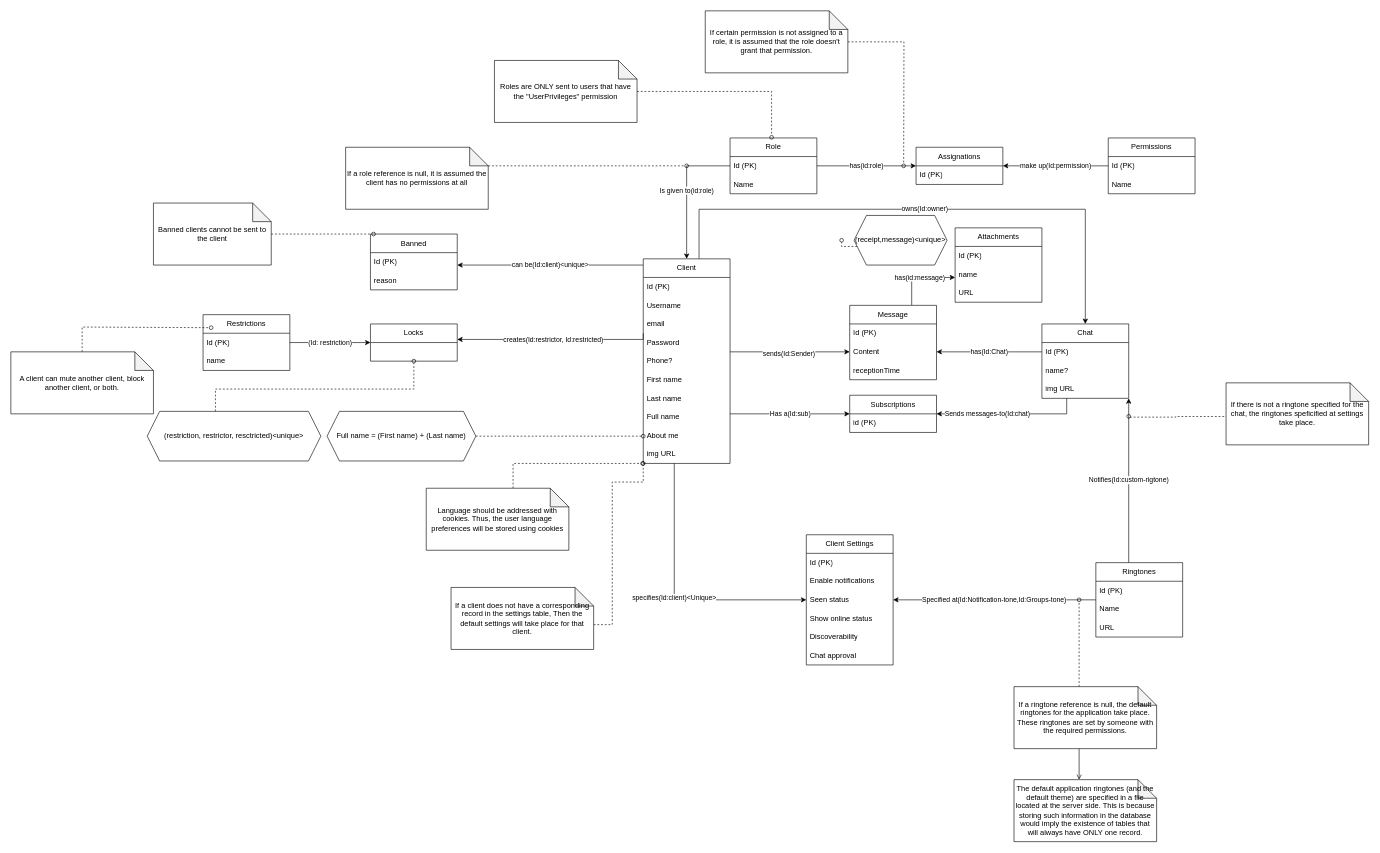
Before: page "DB" (2 of 3) of docs/Models.drawio in pgirald/Chat, a draw.io diagram. Source tidied: cells renumbered, new cells numbered last; positions are measured from the earlier drawing's top-left corner, leaving out a move shared by most shapes. Both pictures are drawn from the tidied source at 62%, with x=0, y=0 at pixel (11, 11).
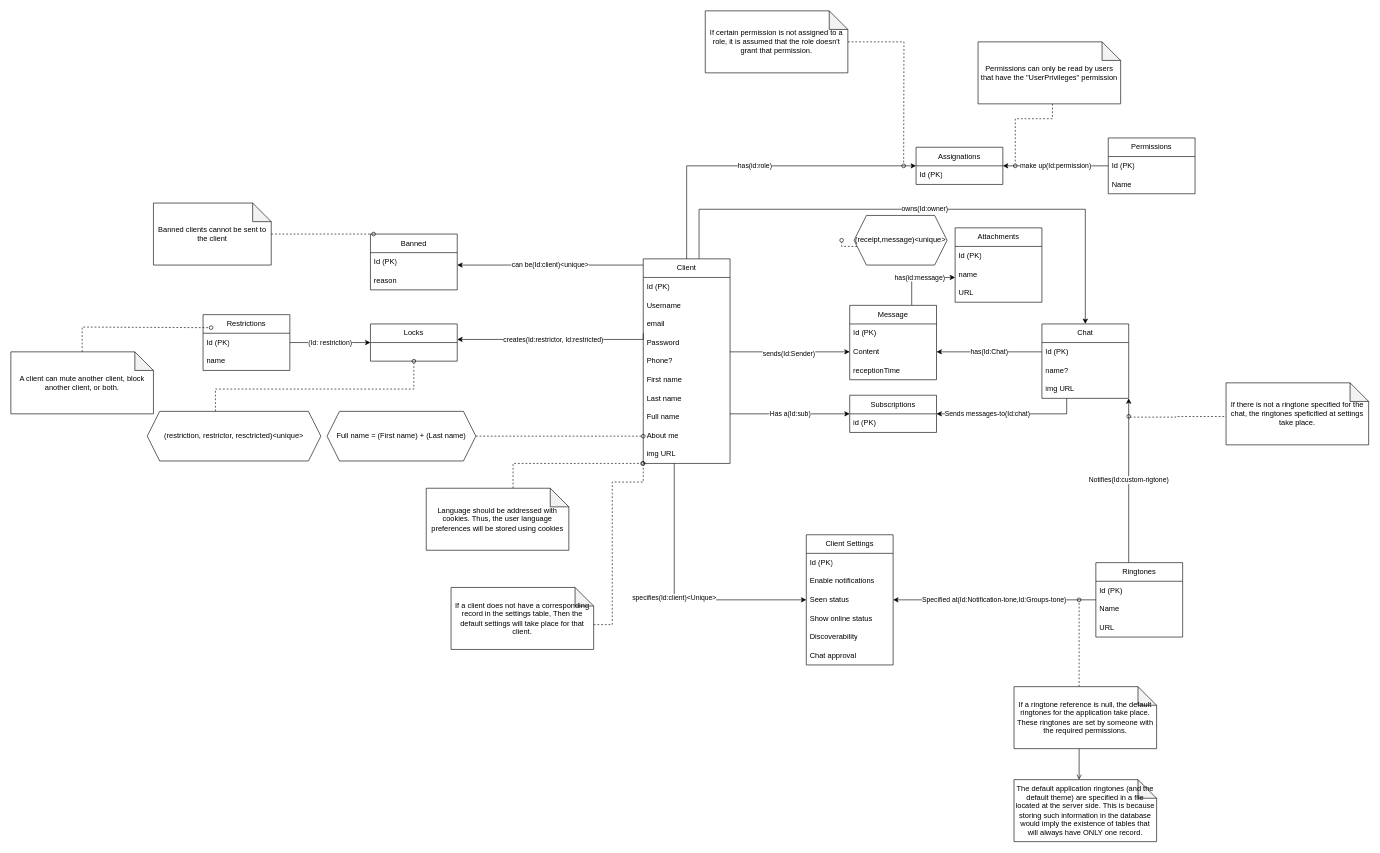
Above is the later version.

The change refers to these unchanged cells:
```xml
<mxCell id="8" value="Client" style="swimlane;fontStyle=0;horizontal=1;startSize=30;whiteSpace=wrap;html=1;" parent="1" vertex="1">
  <mxGeometry x="1020" y="400" width="140" height="330" as="geometry" />
</mxCell>
<mxCell id="51" value="Assignations" style="swimlane;fontStyle=0;horizontal=1;startSize=30;whiteSpace=wrap;html=1;" parent="1" vertex="1">
  <mxGeometry x="1460" y="220" width="140" height="60" as="geometry" />
</mxCell>
```

The edit, as a diff of the source:
```diff
@@
-    <mxCell id="46" value="has(id:role)" style="edgeStyle=orthogonalEdgeStyle;rounded=0;jettySize=auto;html=1;" parent="1" edge="1" source="48" target="51">
-      <mxGeometry relative="1" as="geometry" />
+    <mxCell id="46" value="has(id:role)" style="edgeStyle=orthogonalEdgeStyle;rounded=0;jettySize=auto;html=1;" parent="1" edge="1" source="8" target="51">
+      <mxGeometry relative="1" as="geometry">
+        <Array as="points">
+          <mxPoint x="1090" y="250" />
+        </Array>
+      </mxGeometry>
     </mxCell>
-    <mxCell id="47" value="Is given to(id:role)" style="edgeStyle=orthogonalEdgeStyle;rounded=0;jettySize=auto;html=1;" parent="1" edge="1" source="48" target="8">
-      <mxGeometry relative="1" as="geometry">
-        <Array as="points">
-          <mxPoint x="1090" y="250" />
-        </Array>
-      </mxGeometry>
-    </mxCell>
-    <mxCell id="48" value="Role" style="swimlane;fontStyle=0;horizontal=1;startSize=30;whiteSpace=wrap;html=1;" parent="1" vertex="1">
-      <mxGeometry x="1160" y="205" width="140" height="90" as="geometry" />
-    </mxCell>
-    <mxCell id="49" value="Id (PK)" style="text;strokeColor=none;fillColor=none;align=left;verticalAlign=middle;spacingLeft=4;spacingRight=4;overflow=hidden;whiteSpace=wrap;html=1;" parent="48" vertex="1">
-      <mxGeometry y="30" width="140" height="30" as="geometry" />
-    </mxCell>
-    <mxCell id="50" value="Name" style="text;strokeColor=none;fillColor=none;align=left;verticalAlign=middle;spacingLeft=4;spacingRight=4;overflow=hidden;whiteSpace=wrap;html=1;" parent="48" vertex="1">
-      <mxGeometry y="60" width="140" height="30" as="geometry" />
-    </mxCell>
@@
-    <mxCell id="53" style="edgeStyle=orthogonalEdgeStyle;rounded=0;jettySize=auto;html=1;dashed=1;endArrow=oval;endFill=0;" parent="1" edge="1" source="54">
-      <mxGeometry relative="1" as="geometry">
-        <mxPoint x="1090" y="250" as="targetPoint" />
-        <Array as="points">
-          <mxPoint x="1000" y="250" />
-          <mxPoint x="1000" y="250" />
-        </Array>
-      </mxGeometry>
-    </mxCell>
-    <mxCell id="54" value="If a role reference is null, it is assumed the client has no permissions at all" style="shape=note;whiteSpace=wrap;html=1;backgroundOutline=1;darkOpacity=0.05;" parent="1" vertex="1">
-      <mxGeometry x="540" y="220" width="230" height="100" as="geometry" />
-    </mxCell>
@@
     <mxCell id="93" style="edgeStyle=orthogonalEdgeStyle;rounded=0;jettySize=auto;html=1;dashed=1;endArrow=oval;endFill=0;" parent="1" edge="1" source="94">
       <mxGeometry relative="1" as="geometry">
-        <mxPoint x="1227" y="204" as="targetPoint" />
+        <mxPoint x="1620" y="250" as="targetPoint" />
         <Array as="points">
-          <mxPoint x="1227" y="130" />
+          <mxPoint x="1680" y="174" />
         </Array>
       </mxGeometry>
     </mxCell>
-    <mxCell id="94" value="Roles are ONLY sent to users that have the &quot;UserPrivileges&quot; permission" style="shape=note;whiteSpace=wrap;html=1;backgroundOutline=1;darkOpacity=0.05;" parent="1" vertex="1">
-      <mxGeometry x="780" y="80" width="230" height="100" as="geometry" />
+    <mxCell id="94" value="Permissions can only be read by users that have the &quot;UserPrivileges&quot; permission" style="shape=note;whiteSpace=wrap;html=1;backgroundOutline=1;darkOpacity=0.05;" parent="1" vertex="1">
+      <mxGeometry x="1560" y="50" width="230" height="100" as="geometry" />
     </mxCell>
```
